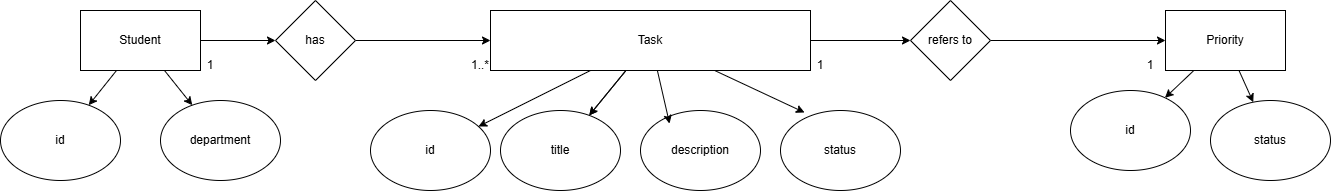
Earlier version of the draw.io export erd.png (ElpiLab/ToDoApp_Semester2). Source tidied: cells renumbered, new cells last; positions are measured from the earlier drawing's top-left corner, leaving out a move shared by most shapes.
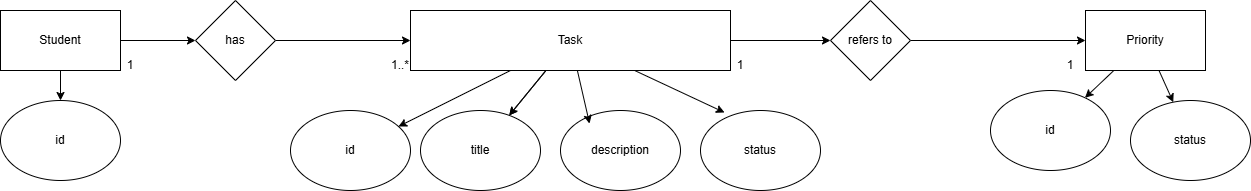
After the change.

The edit, as a diff of the source:
```diff
@@ -8,9 +8,6 @@
     <mxCell id="3" style="edgeStyle=none;html=1;" parent="1" edge="1" source="5" target="18">
       <mxGeometry relative="1" as="geometry" />
     </mxCell>
-    <mxCell id="4" style="edgeStyle=none;html=1;" parent="1" edge="1" source="5" target="20">
-      <mxGeometry relative="1" as="geometry" />
-    </mxCell>
     <mxCell id="5" value="Student" style="rounded=0;whiteSpace=wrap;html=1;" parent="1" vertex="1">
       <mxGeometry x="80" y="10" width="120" height="60" as="geometry" />
     </mxCell>
@@ -51,14 +48,11 @@
       <mxGeometry x="1165" y="10" width="120" height="60" as="geometry" />
     </mxCell>
     <mxCell id="18" value="id" style="ellipse;whiteSpace=wrap;html=1;" parent="1" vertex="1">
-      <mxGeometry y="100" width="120" height="80" as="geometry" />
+      <mxGeometry x="80" y="100" width="120" height="80" as="geometry" />
     </mxCell>
     <mxCell id="19" value="&lt;span style=&quot;color: rgb(0, 0, 0);&quot;&gt;description&lt;/span&gt;" style="ellipse;whiteSpace=wrap;html=1;" parent="1" vertex="1">
       <mxGeometry x="640" y="110" width="120" height="80" as="geometry" />
     </mxCell>
-    <mxCell id="20" value="department" style="ellipse;whiteSpace=wrap;html=1;" parent="1" vertex="1">
-      <mxGeometry x="160" y="100" width="120" height="80" as="geometry" />
-    </mxCell>
     <mxCell id="21" value="id" style="ellipse;whiteSpace=wrap;html=1;" parent="1" vertex="1">
       <mxGeometry x="370" y="110" width="120" height="80" as="geometry" />
     </mxCell>
```
